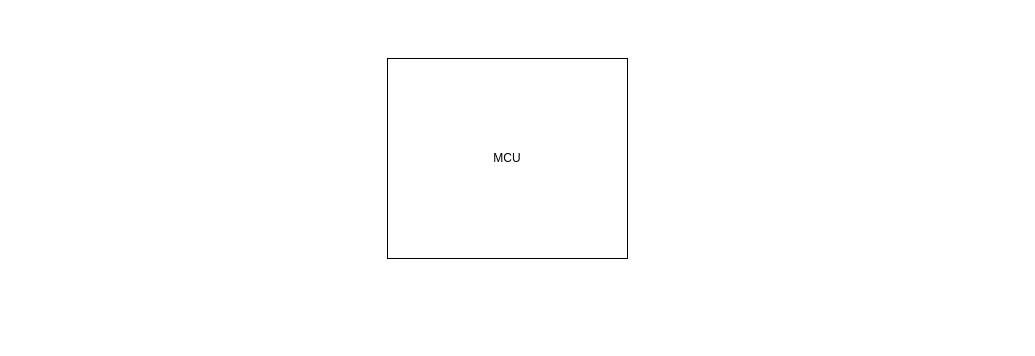
The draw.io diagram AWG.drawio in anhvanthe/01_my_drawio, before the edit. Source tidied: cells renumbered, new cells numbered last; positions are measured from the earlier drawing's top-left corner, leaving out a move shared by most shapes. Both pictures are drawn from the tidied source at 100%, with x=0, y=0 at pixel (387, 58).
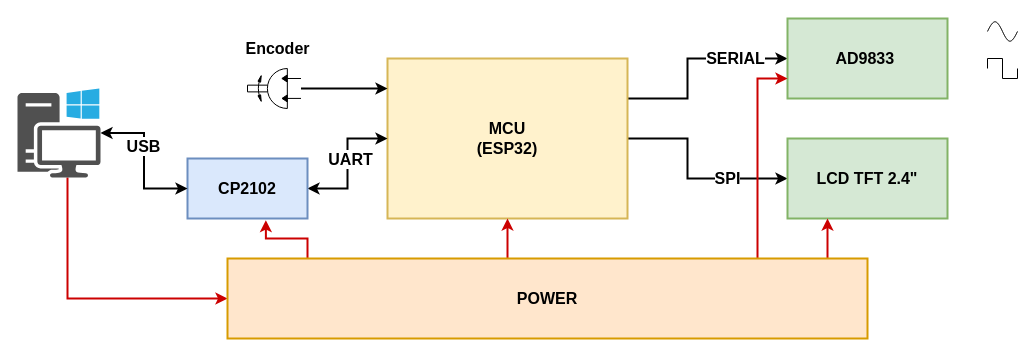
After the change.

What changed in the source:
```diff
@@
+    <mxCell id="3" style="edgeStyle=orthogonalEdgeStyle;rounded=0;jettySize=auto;html=1;entryX=0;entryY=0.5;entryDx=0;entryDy=0;strokeWidth=2;fontSize=16;fontStyle=1;" parent="1" edge="1" source="2" target="7">
+      <mxGeometry relative="1" as="geometry">
+        <Array as="points">
+          <mxPoint x="300" y="40" />
+          <mxPoint x="300" />
+        </Array>
+      </mxGeometry>
+    </mxCell>
+    <mxCell id="4" value="SERIAL" style="edgeLabel;html=1;align=center;verticalAlign=middle;fontSize=16;fontStyle=1;" parent="3" vertex="1">
+      <mxGeometry x="0.47" y="1" relative="1" as="geometry" />
+    </mxCell>
+    <mxCell id="5" style="edgeStyle=orthogonalEdgeStyle;rounded=0;jettySize=auto;html=1;strokeWidth=2;fontSize=16;fontStyle=1;" parent="1" edge="1" source="2" target="8">
+      <mxGeometry relative="1" as="geometry">
+        <Array as="points">
+          <mxPoint x="300" y="80" />
+          <mxPoint x="300" y="120" />
+        </Array>
+      </mxGeometry>
+    </mxCell>
+    <mxCell id="6" value="SPI" style="edgeLabel;html=1;align=center;verticalAlign=middle;fontSize=16;fontStyle=1;" parent="5" vertex="1">
+      <mxGeometry x="0.39" y="1" relative="1" as="geometry" />
+    </mxCell>
-    <mxCell id="2" value="MCU" style="rounded=0;whiteSpace=wrap;html=1;" parent="1" vertex="1">
-      <mxGeometry width="240" height="200" as="geometry" />
+    <mxCell id="2" value="MCU&lt;br style=&quot;font-size: 16px;&quot;&gt;(ESP32)" style="rounded=0;whiteSpace=wrap;html=1;strokeWidth=2;fillColor=#fff2cc;strokeColor=#d6b656;fontSize=16;fontStyle=1;" parent="1" vertex="1">
+      <mxGeometry width="240" height="160" as="geometry" />
     </mxCell>
+    <mxCell id="7" value="AD9833&amp;nbsp;" style="rounded=0;whiteSpace=wrap;html=1;strokeWidth=2;fillColor=#d5e8d4;strokeColor=#82b366;fontSize=16;fontStyle=1;" parent="1" vertex="1">
+      <mxGeometry x="400" y="-40" width="160" height="80" as="geometry" />
+    </mxCell>
+    <mxCell id="8" value="LCD TFT 2.4&quot;" style="rounded=0;whiteSpace=wrap;html=1;strokeWidth=2;fillColor=#d5e8d4;strokeColor=#82b366;fontSize=16;fontStyle=1;" parent="1" vertex="1">
+      <mxGeometry x="400" y="80" width="160" height="80" as="geometry" />
+    </mxCell>
+    <mxCell id="9" style="edgeStyle=orthogonalEdgeStyle;rounded=0;jettySize=auto;html=1;strokeWidth=2;fontSize=16;fontStyle=1;" parent="1" edge="1" source="10" target="2">
+      <mxGeometry relative="1" as="geometry">
+        <Array as="points">
+          <mxPoint x="-20" y="30" />
+          <mxPoint x="-20" y="30" />
+        </Array>
+      </mxGeometry>
+    </mxCell>
+    <mxCell id="10" style="verticalLabelPosition=bottom;html=1;verticalAlign=top;strokeColor=#000000;fillColor=#000000;align=center;outlineConnect=0;shape=mxgraph.fluid_power.x11280;points=[[0,0.25,0],[0,0.75,0]];direction=west;fontSize=16;fontStyle=1;" parent="1" vertex="1">
+      <mxGeometry x="-140" y="10" width="53.5" height="40" as="geometry" />
+    </mxCell>
+    <mxCell id="11" value="Encoder" style="text;html=1;align=center;verticalAlign=middle;strokeColor=none;fontSize=16;fontStyle=1;" parent="1" vertex="1">
+      <mxGeometry x="-150" y="-20" width="80" height="20" as="geometry" />
+    </mxCell>
+    <mxCell id="12" style="edgeStyle=orthogonalEdgeStyle;rounded=0;jettySize=auto;html=1;startArrow=classic;startFill=1;strokeWidth=2;fontSize=16;fontStyle=1;" parent="1" edge="1" source="14" target="2">
+      <mxGeometry relative="1" as="geometry" />
+    </mxCell>
+    <mxCell id="13" value="UART" style="edgeLabel;html=1;align=center;verticalAlign=middle;fontSize=16;fontStyle=1;" parent="12" vertex="1">
+      <mxGeometry x="0.28" y="-2" relative="1" as="geometry">
+        <mxPoint y="13" as="offset" />
+      </mxGeometry>
+    </mxCell>
+    <mxCell id="14" value="CP2102" style="rounded=0;whiteSpace=wrap;html=1;strokeWidth=2;fillColor=#dae8fc;strokeColor=#6c8ebf;fontSize=16;fontStyle=1;" parent="1" vertex="1">
+      <mxGeometry x="-200" y="100" width="120" height="60" as="geometry" />
+    </mxCell>
+    <mxCell id="15" style="edgeStyle=orthogonalEdgeStyle;rounded=0;jettySize=auto;html=1;startArrow=classic;startFill=1;strokeWidth=2;fontSize=16;fontStyle=1;" parent="1" edge="1" source="18" target="14">
+      <mxGeometry relative="1" as="geometry" />
+    </mxCell>
+    <mxCell id="16" value="USB" style="edgeLabel;html=1;align=center;verticalAlign=middle;fontSize=16;fontStyle=1;" parent="15" vertex="1">
+      <mxGeometry x="-0.22" y="-1" relative="1" as="geometry" />
+    </mxCell>
+    <mxCell id="17" style="edgeStyle=orthogonalEdgeStyle;rounded=0;jettySize=auto;html=1;entryX=0;entryY=0.5;entryDx=0;entryDy=0;startArrow=none;startFill=0;strokeColor=#CC0000;strokeWidth=2;fontSize=16;fontStyle=1;" parent="1" edge="1" source="18" target="25">
+      <mxGeometry relative="1" as="geometry">
+        <Array as="points">
+          <mxPoint x="-320" y="240" />
+        </Array>
+      </mxGeometry>
+    </mxCell>
+    <mxCell id="18" style="shadow=0;dashed=0;html=1;strokeColor=none;fillColor=#505050;labelPosition=center;verticalLabelPosition=bottom;verticalAlign=top;outlineConnect=0;align=center;shape=mxgraph.office.devices.workstation_pc;fontSize=16;fontStyle=1;" parent="1" vertex="1">
+      <mxGeometry x="-370" y="30" width="83" height="89" as="geometry" />
+    </mxCell>
+    <mxCell id="19" style="verticalLabelPosition=bottom;shadow=0;dashed=0;align=center;html=1;verticalAlign=top;shape=mxgraph.electrical.waveforms.sine_wave;fontSize=16;fontStyle=1;" parent="1" vertex="1">
+      <mxGeometry x="600" y="-40" width="30" height="26" as="geometry" />
+    </mxCell>
+    <mxCell id="20" style="verticalLabelPosition=bottom;shadow=0;dashed=0;align=center;html=1;verticalAlign=top;shape=mxgraph.electrical.waveforms.square_wave;fontSize=16;fontStyle=1;" parent="1" vertex="1">
+      <mxGeometry x="600" width="30" height="20" as="geometry" />
+    </mxCell>
+    <mxCell id="21" style="edgeStyle=orthogonalEdgeStyle;rounded=0;jettySize=auto;html=1;entryX=0.653;entryY=1.027;entryDx=0;entryDy=0;entryPerimeter=0;startArrow=none;startFill=0;strokeColor=#CC0000;strokeWidth=2;fontSize=16;fontStyle=1;" parent="1" edge="1" source="25" target="14">
+      <mxGeometry relative="1" as="geometry">
+        <Array as="points">
+          <mxPoint x="-80" y="180" />
+          <mxPoint x="-122" y="180" />
+        </Array>
+      </mxGeometry>
+    </mxCell>
+    <mxCell id="22" style="edgeStyle=orthogonalEdgeStyle;rounded=0;jettySize=auto;html=1;startArrow=none;startFill=0;strokeColor=#CC0000;strokeWidth=2;fontSize=16;fontStyle=1;" parent="1" edge="1" source="25" target="2">
+      <mxGeometry relative="1" as="geometry">
+        <Array as="points">
+          <mxPoint x="120" y="190" />
+          <mxPoint x="120" y="190" />
+        </Array>
+      </mxGeometry>
+    </mxCell>
+    <mxCell id="23" style="edgeStyle=orthogonalEdgeStyle;rounded=0;jettySize=auto;html=1;entryX=0.25;entryY=1;entryDx=0;entryDy=0;startArrow=none;startFill=0;strokeColor=#CC0000;strokeWidth=2;fontSize=16;fontStyle=1;" parent="1" edge="1" source="25" target="8">
+      <mxGeometry relative="1" as="geometry">
+        <Array as="points">
+          <mxPoint x="440" y="200" />
+          <mxPoint x="440" y="200" />
+        </Array>
+      </mxGeometry>
+    </mxCell>
+    <mxCell id="24" style="edgeStyle=orthogonalEdgeStyle;rounded=0;jettySize=auto;html=1;entryX=0;entryY=0.75;entryDx=0;entryDy=0;startArrow=none;startFill=0;strokeColor=#CC0000;strokeWidth=2;fontSize=16;fontStyle=1;" parent="1" edge="1" source="25" target="7">
+      <mxGeometry relative="1" as="geometry">
+        <Array as="points">
+          <mxPoint x="370" y="20" />
+        </Array>
+      </mxGeometry>
+    </mxCell>
+    <mxCell id="25" value="POWER" style="rounded=0;whiteSpace=wrap;html=1;strokeWidth=2;fillColor=#ffe6cc;strokeColor=#d79b00;fontSize=16;fontStyle=1;" parent="1" vertex="1">
+      <mxGeometry x="-160" y="200" width="640" height="80" as="geometry" />
+    </mxCell>
```
